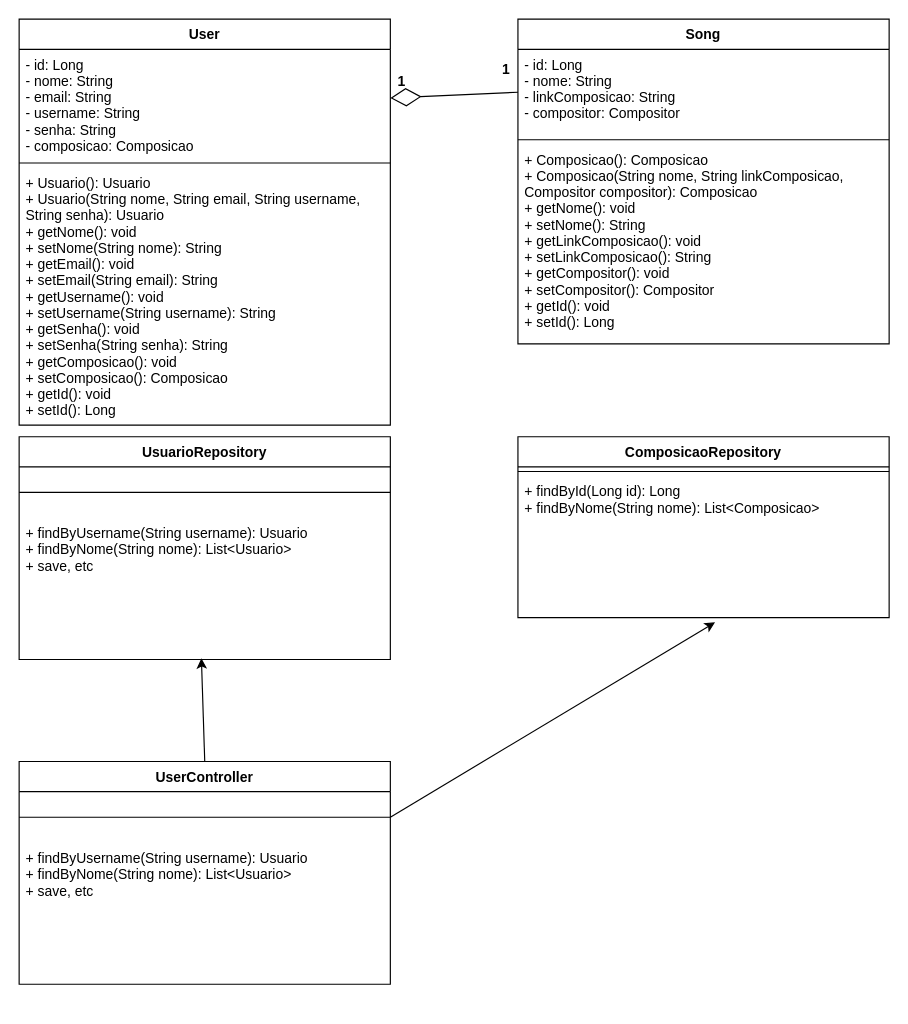
The draw.io diagram class-diagram.drawio in kaiohenricunha/UML, before the edit. Source tidied: cells renumbered, new cells numbered last; positions are measured from the earlier drawing's top-left corner, leaving out a move shared by most shapes. Both pictures are drawn from the tidied source at 116%, with x=0, y=0 at pixel (19, 19).
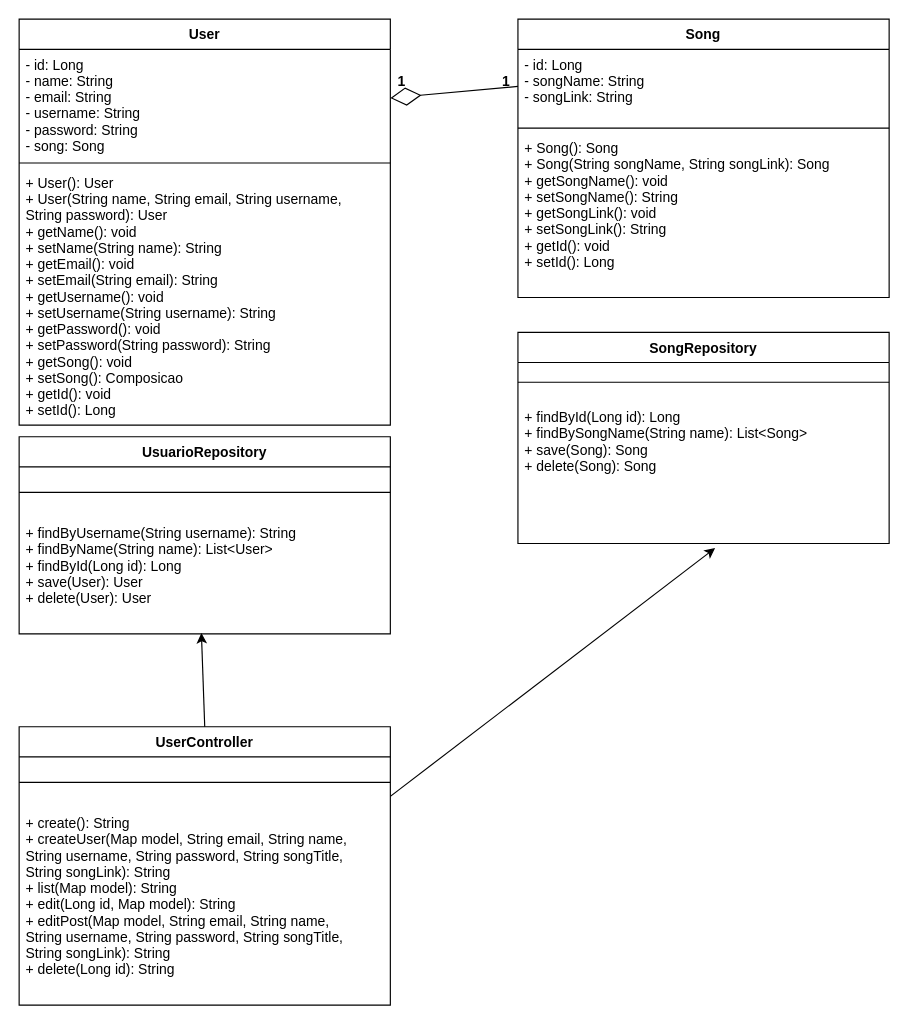
After the change.

The change refers to these unchanged cells:
```xml
<mxCell id="2" value="User" style="swimlane;fontStyle=1;align=center;verticalAlign=top;horizontal=1;startSize=26;" parent="1" vertex="1">
  <mxGeometry width="320" height="350" as="geometry" />
</mxCell>
```

Change to the diagram source:
```diff
@@
-    <mxCell id="3" value="- id: Long&#10;- nome: String&#10;- email: String&#10;- username: String&#10;- senha: String&#10;- composicao: Composicao" style="text;strokeColor=none;fillColor=none;align=left;verticalAlign=top;spacingLeft=4;spacingRight=4;overflow=hidden;" parent="2" vertex="1">
+    <mxCell id="3" value="- id: Long&#10;- name: String&#10;- email: String&#10;- username: String&#10;- password: String&#10;- song: Song" style="text;strokeColor=none;fillColor=none;align=left;verticalAlign=top;spacingLeft=4;spacingRight=4;overflow=hidden;" parent="2" vertex="1">
       <mxGeometry y="26" width="320" height="94" as="geometry" />
     </mxCell>
@@
-    <mxCell id="5" value="+ Usuario(): Usuario&#10;+ Usuario(String nome, String email, String username,&#10;String senha): Usuario&#10;+ getNome(): void&#10;+ setNome(String nome): String&#10;+ getEmail(): void&#10;+ setEmail(String email): String&#10;+ getUsername(): void&#10;+ setUsername(String username): String&#10;+ getSenha(): void&#10;+ setSenha(String senha): String&#10;+ getComposicao(): void&#10;+ setComposicao(): Composicao&#10;+ getId(): void&#10;+ setId(): Long" style="text;strokeColor=none;fillColor=none;align=left;verticalAlign=top;spacingLeft=4;spacingRight=4;overflow=hidden;" parent="2" vertex="1">
+    <mxCell id="5" value="+ User(): User&#10;+ User(String name, String email, String username,&#10;String password): User&#10;+ getName(): void&#10;+ setName(String name): String&#10;+ getEmail(): void&#10;+ setEmail(String email): String&#10;+ getUsername(): void&#10;+ setUsername(String username): String&#10;+ getPassword(): void&#10;+ setPassword(String password): String&#10;+ getSong(): void&#10;+ setSong(): Composicao&#10;+ getId(): void&#10;+ setId(): Long" style="text;strokeColor=none;fillColor=none;align=left;verticalAlign=top;spacingLeft=4;spacingRight=4;overflow=hidden;" parent="2" vertex="1">
       <mxGeometry y="128" width="320" height="222" as="geometry" />
     </mxCell>
     <mxCell id="6" value="Song" style="swimlane;fontStyle=1;align=center;verticalAlign=top;horizontal=1;startSize=26;" parent="1" vertex="1">
-      <mxGeometry x="430" width="320" height="280" as="geometry" />
+      <mxGeometry x="430" width="320" height="240" as="geometry" />
     </mxCell>
-    <mxCell id="7" value="- id: Long&#10;- nome: String&#10;- linkComposicao: String&#10;- compositor: Compositor" style="text;strokeColor=none;fillColor=none;align=left;verticalAlign=top;spacingLeft=4;spacingRight=4;overflow=hidden;points=[[0,0.5],[1,0.5]];portConstraint=eastwest;" parent="6" vertex="1">
-      <mxGeometry y="26" width="320" height="74" as="geometry" />
+    <mxCell id="7" value="- id: Long&#10;- songName: String&#10;- songLink: String" style="text;strokeColor=none;fillColor=none;align=left;verticalAlign=top;spacingLeft=4;spacingRight=4;overflow=hidden;points=[[0,0.5],[1,0.5]];portConstraint=eastwest;" parent="6" vertex="1">
+      <mxGeometry y="26" width="320" height="64" as="geometry" />
     </mxCell>
     <mxCell id="8" style="line;strokeWidth=1;fillColor=none;align=left;verticalAlign=middle;spacingTop=-1;spacingLeft=3;spacingRight=3;labelPosition=right;" parent="6" vertex="1">
-      <mxGeometry y="100" width="320" height="8" as="geometry" />
+      <mxGeometry y="90" width="320" height="8" as="geometry" />
     </mxCell>
-    <mxCell id="9" value="+ Composicao(): Composicao&#10;+ Composicao(String nome, String linkComposicao,&#10;Compositor compositor): Composicao&#10;+ getNome(): void&#10;+ setNome(): String&#10;+ getLinkComposicao(): void&#10;+ setLinkComposicao(): String&#10;+ getCompositor(): void&#10;+ setCompositor(): Compositor&#10;+ getId(): void&#10;+ setId(): Long" style="text;strokeColor=none;fillColor=none;align=left;verticalAlign=top;spacingLeft=4;spacingRight=4;overflow=hidden;" parent="6" vertex="1">
-      <mxGeometry y="108" width="320" height="172" as="geometry" />
+    <mxCell id="9" value="+ Song(): Song&#10;+ Song(String songName, String songLink): Song&#10;+ getSongName(): void&#10;+ setSongName(): String&#10;+ getSongLink(): void&#10;+ setSongLink(): String&#10;+ getId(): void&#10;+ setId(): Long" style="text;strokeColor=none;fillColor=none;align=left;verticalAlign=top;spacingLeft=4;spacingRight=4;overflow=hidden;" parent="6" vertex="1">
+      <mxGeometry y="98" width="320" height="142" as="geometry" />
     </mxCell>
@@
     <mxCell id="12" value="1" style="text;align=center;fontStyle=1;verticalAlign=middle;spacingLeft=3;spacingRight=3;strokeColor=none;" parent="1" vertex="1">
-      <mxGeometry x="380" y="30" width="80" height="26" as="geometry" />
+      <mxGeometry x="380" y="40" width="80" height="26" as="geometry" />
     </mxCell>
     <mxCell id="13" value="UsuarioRepository" style="swimlane;fontStyle=1;align=center;verticalAlign=top;horizontal=1;startSize=26;" parent="1" vertex="1">
-      <mxGeometry y="360" width="320" height="192" as="geometry" />
+      <mxGeometry y="360" width="320" height="170" as="geometry" />
     </mxCell>
@@
-    <mxCell id="15" value="+ findByUsername(String username): Usuario&#10;+ findByNome(String nome): List&lt;Usuario&gt;&#10;+ save, etc" style="text;strokeColor=none;fillColor=none;align=left;verticalAlign=top;spacingLeft=4;spacingRight=4;overflow=hidden;points=[[0,0.5],[1,0.5]];portConstraint=eastwest;" parent="13" vertex="1">
-      <mxGeometry y="70" width="320" height="122" as="geometry" />
+    <mxCell id="15" value="+ findByUsername(String username): String&#10;+ findByName(String name): List&lt;User&gt;&#10;+ findById(Long id): Long&#10;+ save(User): User&#10;+ delete(User): User" style="text;strokeColor=none;fillColor=none;align=left;verticalAlign=top;spacingLeft=4;spacingRight=4;overflow=hidden;points=[[0,0.5],[1,0.5]];portConstraint=eastwest;" parent="13" vertex="1">
+      <mxGeometry y="70" width="320" height="100" as="geometry" />
     </mxCell>
-    <mxCell id="16" value="ComposicaoRepository" style="swimlane;fontStyle=1;align=center;verticalAlign=top;horizontal=1;startSize=26;" parent="1" vertex="1">
-      <mxGeometry x="430" y="360" width="320" height="156" as="geometry" />
+    <mxCell id="16" value="SongRepository" style="swimlane;fontStyle=1;align=center;verticalAlign=top;horizontal=1;startSize=26;" parent="1" vertex="1">
+      <mxGeometry x="430" y="270" width="320" height="182" as="geometry" />
     </mxCell>
     <mxCell id="17" style="line;strokeWidth=1;fillColor=none;align=left;verticalAlign=middle;spacingTop=-1;spacingLeft=3;spacingRight=3;labelPosition=right;" parent="16" vertex="1">
-      <mxGeometry y="26" width="320" height="8" as="geometry" />
+      <mxGeometry y="26" width="320" height="34" as="geometry" />
     </mxCell>
-    <mxCell id="18" value="+ findById(Long id): Long&#10;+ findByNome(String nome): List&lt;Composicao&gt;" style="text;strokeColor=none;fillColor=none;align=left;verticalAlign=top;spacingLeft=4;spacingRight=4;overflow=hidden;points=[[0,0.5],[1,0.5]];portConstraint=eastwest;" parent="16" vertex="1">
-      <mxGeometry y="34" width="320" height="122" as="geometry" />
+    <mxCell id="18" value="+ findById(Long id): Long&#10;+ findBySongName(String name): List&lt;Song&gt;&#10;+ save(Song): Song&#10;+ delete(Song): Song" style="text;strokeColor=none;fillColor=none;align=left;verticalAlign=top;spacingLeft=4;spacingRight=4;overflow=hidden;points=[[0,0.5],[1,0.5]];portConstraint=eastwest;" parent="16" vertex="1">
+      <mxGeometry y="60" width="320" height="122" as="geometry" />
     </mxCell>
     <mxCell id="19" value="UserController" style="swimlane;fontStyle=1;align=center;verticalAlign=top;horizontal=1;startSize=26;" parent="1" vertex="1">
-      <mxGeometry y="640" width="320" height="192" as="geometry" />
+      <mxGeometry y="610" width="320" height="240" as="geometry" />
     </mxCell>
@@
-    <mxCell id="21" value="+ findByUsername(String username): Usuario&#10;+ findByNome(String nome): List&lt;Usuario&gt;&#10;+ save, etc" style="text;strokeColor=none;fillColor=none;align=left;verticalAlign=top;spacingLeft=4;spacingRight=4;overflow=hidden;" parent="19" vertex="1">
-      <mxGeometry y="70" width="320" height="122" as="geometry" />
+    <mxCell id="21" value="+ create(): String&#10;+ createUser(Map model, String email, String name,&#10;String username, String password, String songTitle,&#10;String songLink): String&#10;+ list(Map model): String&#10;+ edit(Long id, Map model): String&#10;+ editPost(Map model, String email, String name,&#10;String username, String password, String songTitle,&#10;String songLink): String&#10;+ delete(Long id): String" style="text;strokeColor=none;fillColor=none;align=left;verticalAlign=top;spacingLeft=4;spacingRight=4;overflow=hidden;" parent="19" vertex="1">
+      <mxGeometry y="70" width="320" height="170" as="geometry" />
     </mxCell>
```
